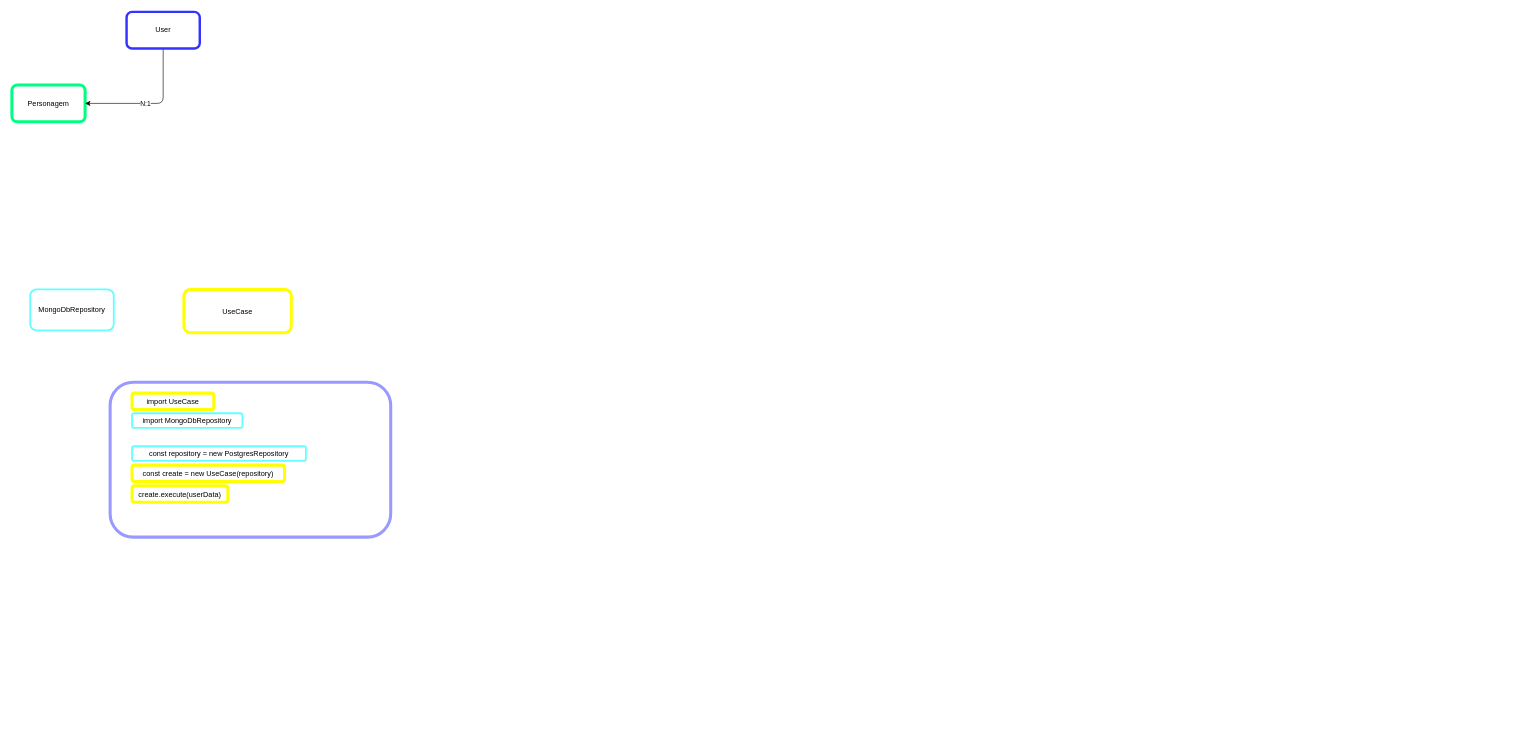
Above: structure.drawio in Leonardo-KF/C017-FS (draw.io), before the change. Source tidied: cells renumbered, new cells numbered last; positions are measured from the earlier drawing's top-left corner, leaving out a move shared by most shapes. Both pictures are drawn from the tidied source at 61%, with x=0, y=0 at pixel (12, 12).
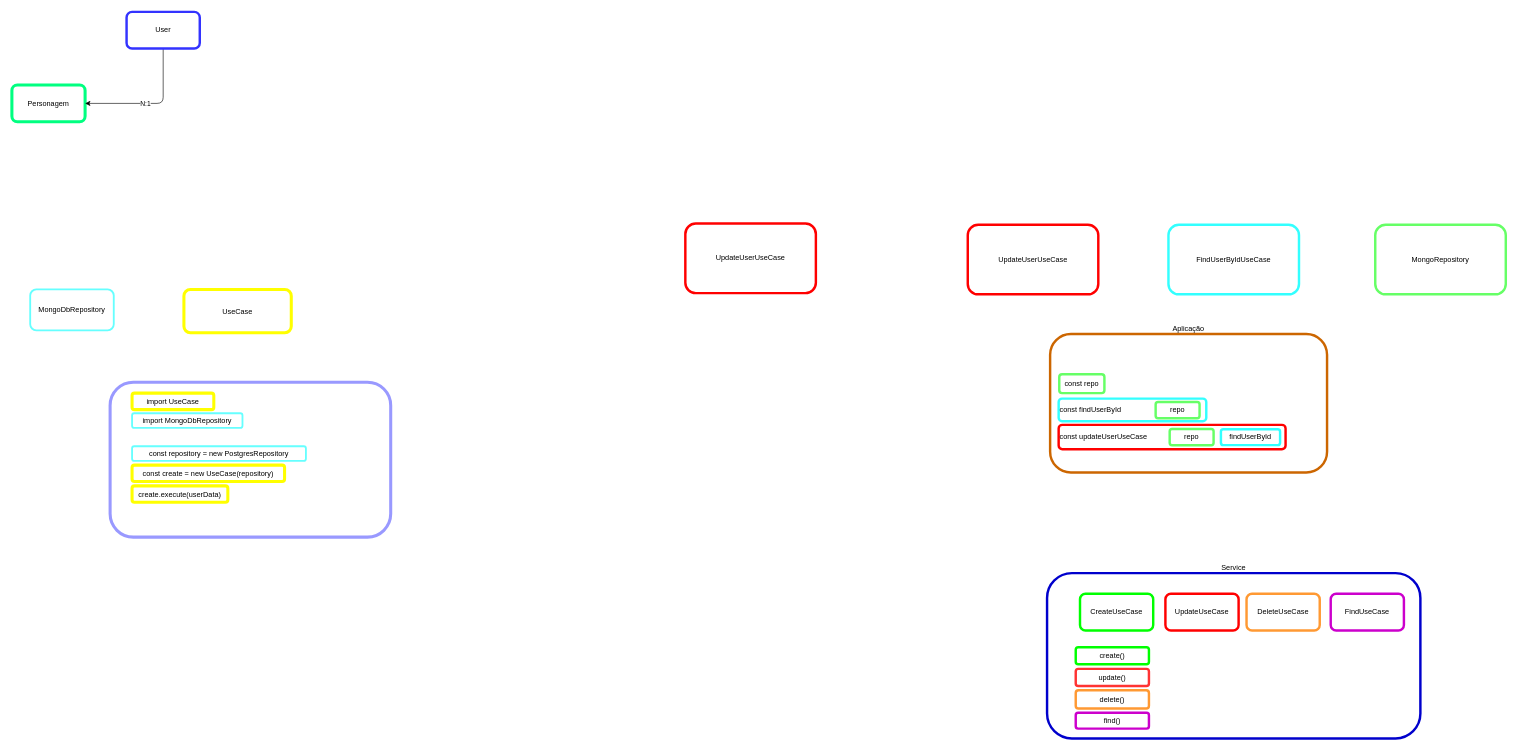
Above is the later version.

The edit, as a diff of the source:
```diff
@@
+    <mxCell id="13" value="UpdateUserUseCase" style="rounded=1;whiteSpace=wrap;html=1;strokeWidth=4;strokeColor=#FF0000;" parent="1" vertex="1">
+      <mxGeometry x="1104" y="347" width="214" height="114" as="geometry" />
+    </mxCell>
+    <mxCell id="14" value="UpdateUserUseCase" style="rounded=1;whiteSpace=wrap;html=1;strokeWidth=4;strokeColor=#FF0000;" parent="1" vertex="1">
+      <mxGeometry x="1567" y="349" width="214" height="114" as="geometry" />
+    </mxCell>
+    <mxCell id="15" value="FindUserByIdUseCase" style="rounded=1;whiteSpace=wrap;html=1;strokeWidth=4;strokeColor=#33FFFF;" parent="1" vertex="1">
+      <mxGeometry x="1896" y="349" width="214" height="114" as="geometry" />
+    </mxCell>
+    <mxCell id="16" value="MongoRepository" style="rounded=1;whiteSpace=wrap;html=1;strokeWidth=4;strokeColor=#66FF66;" parent="1" vertex="1">
+      <mxGeometry x="2235" y="349" width="214" height="114" as="geometry" />
+    </mxCell>
+    <mxCell id="17" value="Aplicação" style="rounded=1;whiteSpace=wrap;html=1;strokeWidth=4;strokeColor=#CC6600;verticalAlign=bottom;labelPosition=center;verticalLabelPosition=top;align=center;" parent="1" vertex="1">
+      <mxGeometry x="1702" y="528" width="454" height="227" as="geometry" />
+    </mxCell>
+    <mxCell id="18" value="const repo" style="rounded=1;whiteSpace=wrap;html=1;strokeWidth=4;strokeColor=#66FF66;" parent="1" vertex="1">
+      <mxGeometry x="1717" y="594" width="74" height="31" as="geometry" />
+    </mxCell>
+    <mxCell id="19" value="const findUserById" style="rounded=1;whiteSpace=wrap;html=1;strokeWidth=4;strokeColor=#33FFFF;align=left;" parent="1" vertex="1">
+      <mxGeometry x="1716" y="634" width="242" height="37" as="geometry" />
+    </mxCell>
+    <mxCell id="20" value="const updateUserUseCase" style="rounded=1;whiteSpace=wrap;html=1;strokeWidth=4;strokeColor=#FF0000;align=left;" parent="1" vertex="1">
+      <mxGeometry x="1716" y="677" width="372" height="40" as="geometry" />
+    </mxCell>
+    <mxCell id="21" value="repo" style="rounded=1;whiteSpace=wrap;html=1;strokeWidth=4;strokeColor=#66FF66;" parent="1" vertex="1">
+      <mxGeometry x="1875" y="639.5" width="72" height="26.5" as="geometry" />
+    </mxCell>
+    <mxCell id="22" value="repo" style="rounded=1;whiteSpace=wrap;html=1;strokeWidth=4;strokeColor=#66FF66;" parent="1" vertex="1">
+      <mxGeometry x="1898" y="683.8" width="72" height="26.5" as="geometry" />
+    </mxCell>
+    <mxCell id="23" value="findUserById" style="rounded=1;whiteSpace=wrap;html=1;strokeWidth=4;strokeColor=#33FFFF;align=center;" parent="1" vertex="1">
+      <mxGeometry x="1982" y="684.2" width="97" height="26" as="geometry" />
+    </mxCell>
+    <mxCell id="24" value="&lt;br&gt;Service" style="rounded=1;whiteSpace=wrap;html=1;strokeColor=#0000CC;strokeWidth=4;labelPosition=center;verticalLabelPosition=top;align=center;verticalAlign=bottom;" parent="1" vertex="1">
+      <mxGeometry x="1697" y="920" width="612" height="271" as="geometry" />
+    </mxCell>
+    <mxCell id="25" value="CreateUseCase" style="rounded=1;whiteSpace=wrap;html=1;strokeColor=#00FF00;strokeWidth=4;" parent="1" vertex="1">
+      <mxGeometry x="1751" y="954" width="120" height="60" as="geometry" />
+    </mxCell>
+    <mxCell id="26" value="UpdateUseCase" style="rounded=1;whiteSpace=wrap;html=1;strokeColor=#FF0000;strokeWidth=4;" parent="1" vertex="1">
+      <mxGeometry x="1891" y="954" width="120" height="60" as="geometry" />
+    </mxCell>
+    <mxCell id="27" value="DeleteUseCase" style="rounded=1;whiteSpace=wrap;html=1;strokeColor=#FF9933;strokeWidth=4;" parent="1" vertex="1">
+      <mxGeometry x="2024" y="954" width="120" height="60" as="geometry" />
+    </mxCell>
+    <mxCell id="28" value="FindUseCase" style="rounded=1;whiteSpace=wrap;html=1;strokeColor=#CC00CC;strokeWidth=4;" parent="1" vertex="1">
+      <mxGeometry x="2162" y="954" width="120" height="60" as="geometry" />
+    </mxCell>
+    <mxCell id="29" value="create()" style="rounded=1;whiteSpace=wrap;html=1;strokeColor=#00FF00;strokeWidth=4;" parent="1" vertex="1">
+      <mxGeometry x="1744" y="1041.5" width="120" height="28" as="geometry" />
+    </mxCell>
+    <mxCell id="30" value="update()" style="rounded=1;whiteSpace=wrap;html=1;strokeColor=#FF3333;strokeWidth=4;" parent="1" vertex="1">
+      <mxGeometry x="1744" y="1077" width="120" height="28" as="geometry" />
+    </mxCell>
+    <mxCell id="31" value="delete()" style="rounded=1;whiteSpace=wrap;html=1;strokeColor=#FF9933;strokeWidth=4;" parent="1" vertex="1">
+      <mxGeometry x="1744" y="1112" width="120" height="30" as="geometry" />
+    </mxCell>
+    <mxCell id="32" value="find()" style="rounded=1;whiteSpace=wrap;html=1;strokeColor=#CC00CC;strokeWidth=4;" parent="1" vertex="1">
+      <mxGeometry x="1744" y="1149" width="120" height="26" as="geometry" />
+    </mxCell>
```
